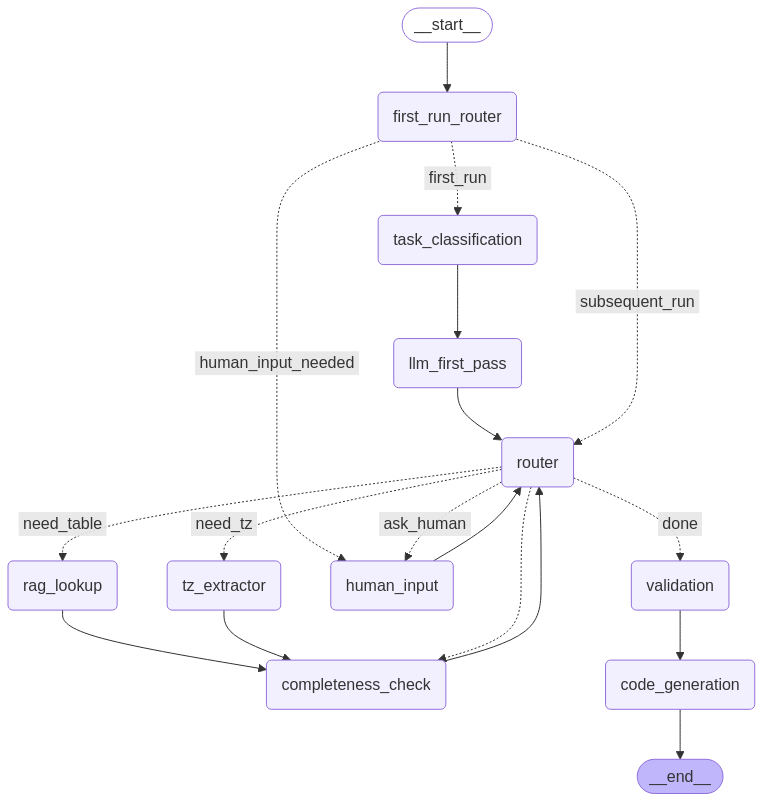
This is workflow.png from MaximilianKnuth/GenAI_Nasdaq, a Mermaid export, as it was before one commit. Its source is kept beside it as workflow.mmd. Source of this version:
```mermaid
---
config:
  flowchart:
    curve: linear
---
graph TD;
	__start__([<p>__start__</p>]):::first
	first_run_router(first_run_router)
	llm_first_pass(llm_first_pass)
	task_classification(task_classification)
	router(router)
	rag_lookup(rag_lookup)
	tz_extractor(tz_extractor)
	completeness_check(completeness_check)
	human_input(human_input)
	validation(validation)
	code_generation(code_generation)
	__end__([<p>__end__</p>]):::last
	__start__ --> first_run_router;
	code_generation --> __end__;
	completeness_check --> router;
	human_input --> router;
	llm_first_pass --> router;
	rag_lookup --> completeness_check;
	task_classification --> llm_first_pass;
	tz_extractor --> completeness_check;
	validation --> code_generation;
	first_run_router -. &nbsp;first_run&nbsp; .-> task_classification;
	first_run_router -. &nbsp;human_input_needed&nbsp; .-> human_input;
	first_run_router -. &nbsp;subsequent_run&nbsp; .-> router;
	router -. &nbsp;need_table&nbsp; .-> rag_lookup;
	router -. &nbsp;need_tz&nbsp; .-> tz_extractor;
	router -. &nbsp;ask_human&nbsp; .-> human_input;
	router -.-> completeness_check;
	router -. &nbsp;done&nbsp; .-> validation;
	classDef default fill:#f2f0ff,line-height:1.2
	classDef first fill-opacity:0
	classDef last fill:#bfb6fc
```
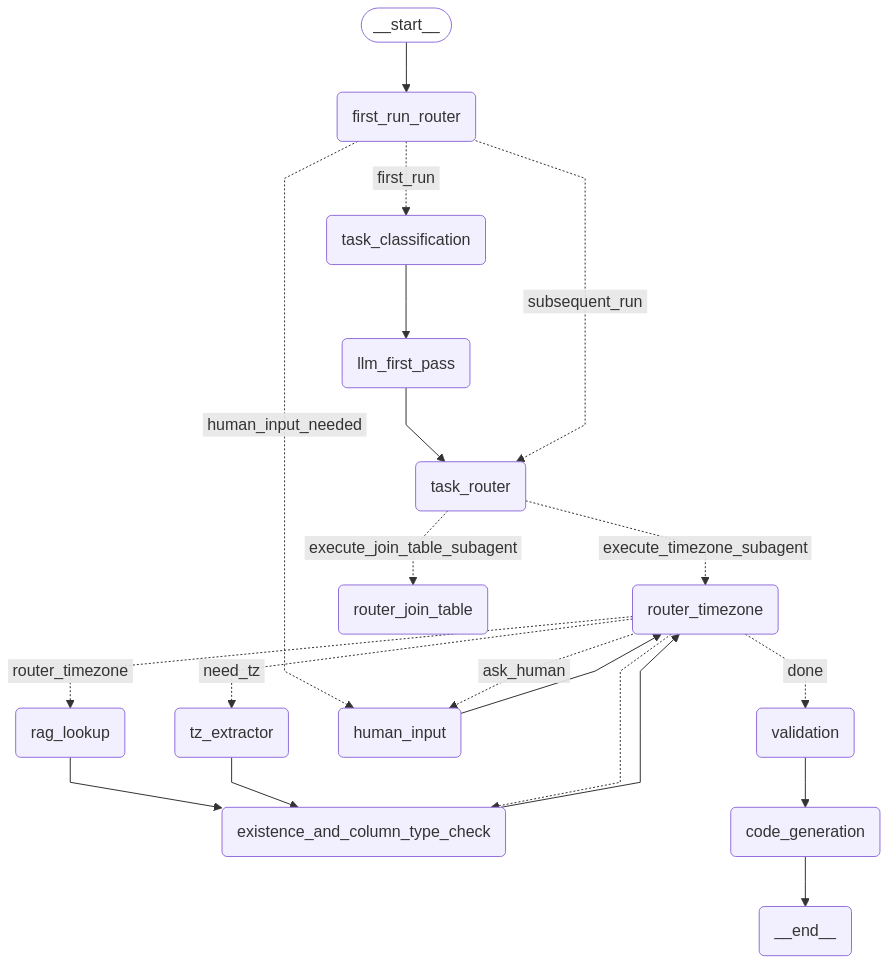
The same file after the commit.

Diff of the diagram source:
```diff
@@ -8,31 +8,44 @@
 	first_run_router(first_run_router)
 	llm_first_pass(llm_first_pass)
 	task_classification(task_classification)
-	router(router)
-	rag_lookup(rag_lookup)
+	task_router(task_router)
+	router_timezone(router_timezone)
+	router_join_table(router_join_table)
+	tz_rag_lookup(tz_rag_lookup)
+	join_table_rag_lookup(join_table_rag_lookup)
 	tz_extractor(tz_extractor)
-	completeness_check(completeness_check)
+	existence_and_column_type_check(existence_and_column_type_check)
+	join_table_check(join_table_check)
 	human_input(human_input)
 	validation(validation)
 	code_generation(code_generation)
 	__end__([<p>__end__</p>]):::last
 	__start__ --> first_run_router;
 	code_generation --> __end__;
-	completeness_check --> router;
-	human_input --> router;
-	llm_first_pass --> router;
-	rag_lookup --> completeness_check;
+	existence_and_column_type_check --> router_timezone;
+	human_input --> router_join_table;
+	human_input --> router_timezone;
+	join_table_check --> router_join_table;
+	join_table_rag_lookup --> join_table_check;
+	llm_first_pass --> task_router;
 	task_classification --> llm_first_pass;
-	tz_extractor --> completeness_check;
+	tz_extractor --> existence_and_column_type_check;
+	tz_rag_lookup --> existence_and_column_type_check;
 	validation --> code_generation;
 	first_run_router -. &nbsp;first_run&nbsp; .-> task_classification;
 	first_run_router -. &nbsp;human_input_needed&nbsp; .-> human_input;
-	first_run_router -. &nbsp;subsequent_run&nbsp; .-> router;
-	router -. &nbsp;need_table&nbsp; .-> rag_lookup;
-	router -. &nbsp;need_tz&nbsp; .-> tz_extractor;
-	router -. &nbsp;ask_human&nbsp; .-> human_input;
-	router -.-> completeness_check;
-	router -. &nbsp;done&nbsp; .-> validation;
+	first_run_router -. &nbsp;subsequent_run&nbsp; .-> task_router;
+	task_router -. &nbsp;execute_timezone_subagent&nbsp; .-> router_timezone;
+	task_router -. &nbsp;execute_join_table_subagent&nbsp; .-> router_join_table;
+	router_timezone -. &nbsp;need_table&nbsp; .-> tz_rag_lookup;
+	router_timezone -. &nbsp;need_tz&nbsp; .-> tz_extractor;
+	router_timezone -. &nbsp;ask_human&nbsp; .-> human_input;
+	router_timezone -.-> existence_and_column_type_check;
+	router_timezone -. &nbsp;done&nbsp; .-> validation;
+	router_join_table -. &nbsp;need_table&nbsp; .-> join_table_rag_lookup;
+	router_join_table -. &nbsp;ask_human&nbsp; .-> human_input;
+	router_join_table -.-> join_table_check;
+	router_join_table -. &nbsp;done&nbsp; .-> validation;
 	classDef default fill:#f2f0ff,line-height:1.2
 	classDef first fill-opacity:0
 	classDef last fill:#bfb6fc
```
